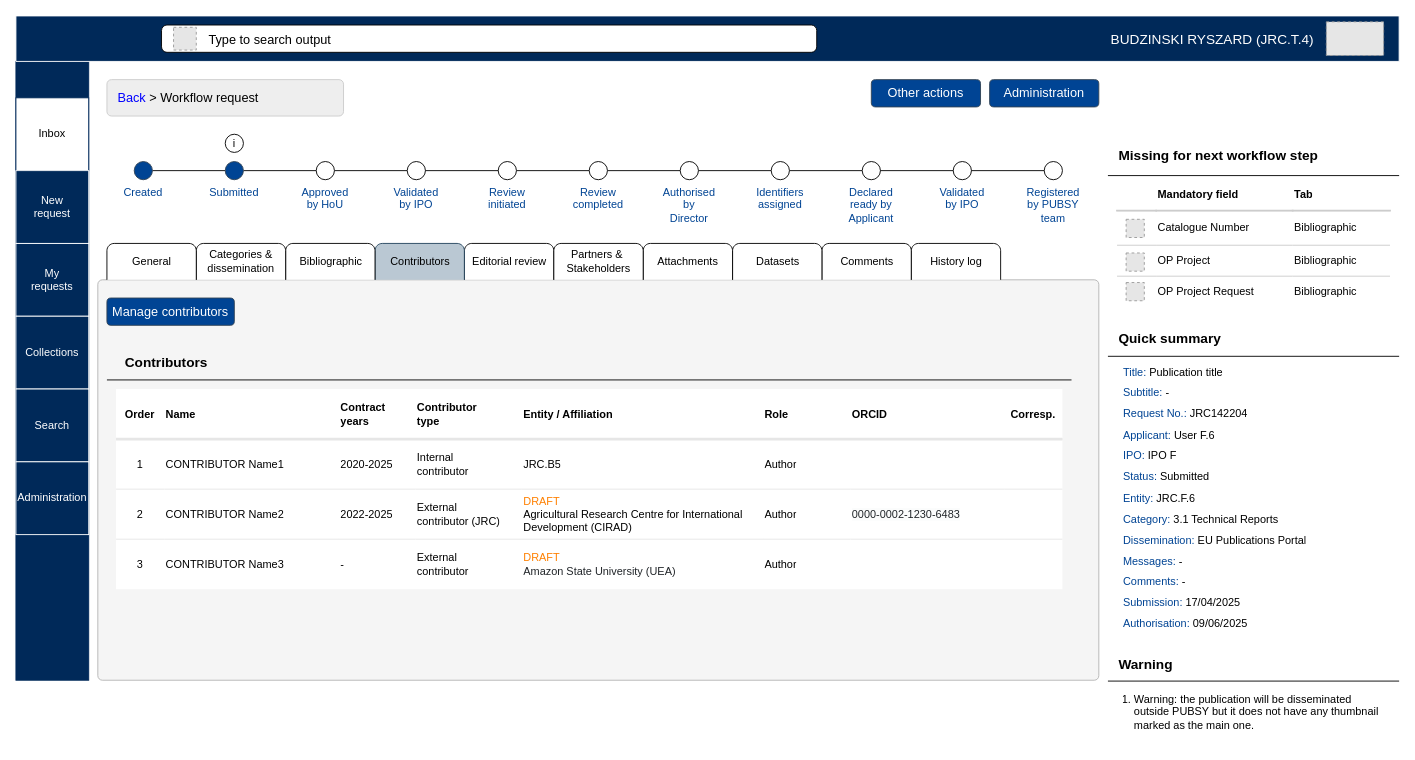
Earlier version of the draw.io diagram page "Page-Contributors" (1 of 14) of test_corporate_contributors.drawio (RyszardBudzinski/PUBSY_mockups). Source tidied: cells renumbered, new cells numbered last; positions are measured from the earlier drawing's top-left corner, leaving out a move shared by most shapes. Both pictures are drawn from the tidied source at 91%, with x=0, y=0 at pixel (15, 15). Pictures stored in the file or linked from it are replaced by grey dashed boxes.
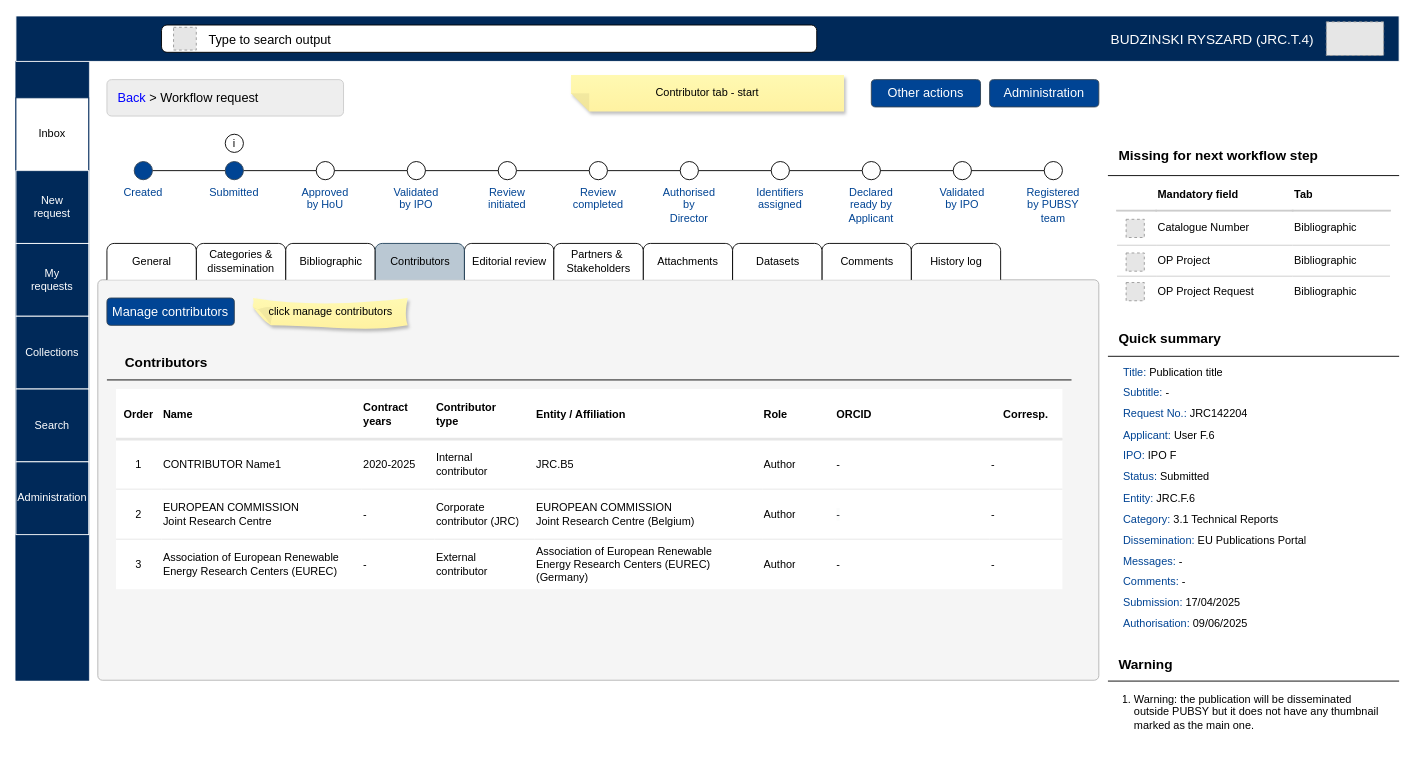
The same page after the edit.

The change refers to these unchanged cells:
```xml
<mxCell id="54" style="shape=tableRow;horizontal=0;startSize=0;swimlaneHead=0;swimlaneBody=0;strokeColor=inherit;top=0;left=0;bottom=0;right=0;fillColor=none;align=left;" parent="53" vertex="1">
  <mxGeometry width="1040" height="55" as="geometry" />
</mxCell>
<mxCell id="63" style="shape=tableRow;horizontal=0;startSize=0;swimlaneHead=0;swimlaneBody=0;strokeColor=inherit;top=0;left=0;bottom=0;right=0;fillColor=none;align=left;" parent="53" vertex="1">
  <mxGeometry y="55" width="1040" height="55" as="geometry" />
</mxCell>
<mxCell id="72" style="shape=tableRow;horizontal=0;startSize=0;swimlaneHead=0;swimlaneBody=0;strokeColor=inherit;top=0;left=0;bottom=0;right=0;fillColor=none;align=left;" parent="53" vertex="1">
  <mxGeometry y="110" width="1040" height="55" as="geometry" />
</mxCell>
<mxCell id="81" style="shape=tableRow;horizontal=0;startSize=0;swimlaneHead=0;swimlaneBody=0;strokeColor=inherit;top=0;left=0;bottom=0;right=0;fillColor=none;align=left;" parent="53" vertex="1">
  <mxGeometry y="165" width="1040" height="55" as="geometry" />
</mxCell>
```

The edit, as a diff of the source:
```diff
@@
     <mxCell id="55" value="&lt;b&gt;Order&lt;/b&gt;" style="shape=partialRectangle;html=1;whiteSpace=wrap;strokeColor=inherit;overflow=hidden;fillColor=none;top=0;left=0;bottom=0;right=0;align=center;" parent="54" vertex="1">
-      <mxGeometry width="53" height="55" as="geometry" />
+      <mxGeometry width="50" height="55" as="geometry" />
     </mxCell>
     <mxCell id="56" value="&lt;b&gt;Name&lt;/b&gt;" style="shape=partialRectangle;html=1;whiteSpace=wrap;strokeColor=inherit;overflow=hidden;fillColor=none;top=0;left=0;bottom=0;right=0;align=left;" parent="54" vertex="1">
-      <mxGeometry x="53" width="192" height="55" as="geometry" />
+      <mxGeometry x="50" width="220" height="55" as="geometry" />
     </mxCell>
     <mxCell id="57" value="&lt;b&gt;Contract&lt;/b&gt;&lt;div&gt;&lt;b&gt;years&lt;/b&gt;&lt;/div&gt;" style="shape=partialRectangle;html=1;whiteSpace=wrap;strokeColor=inherit;overflow=hidden;fillColor=none;top=0;left=0;bottom=0;right=0;align=left;" parent="54" vertex="1">
-      <mxGeometry x="245" width="84" height="55" as="geometry" />
+      <mxGeometry x="270" width="80" height="55" as="geometry" />
     </mxCell>
     <mxCell id="58" value="&lt;b&gt;Contributor&lt;/b&gt;&lt;div&gt;&lt;b&gt;type&lt;/b&gt;&lt;/div&gt;" style="shape=partialRectangle;html=1;whiteSpace=wrap;strokeColor=inherit;overflow=hidden;fillColor=none;top=0;left=0;bottom=0;right=0;align=left;" parent="54" vertex="1">
-      <mxGeometry x="329" width="117" height="55" as="geometry" />
+      <mxGeometry x="350" width="110" height="55" as="geometry" />
     </mxCell>
     <mxCell id="59" value="&lt;b&gt;Entity / Affiliation&lt;/b&gt;" style="shape=partialRectangle;html=1;whiteSpace=wrap;strokeColor=inherit;overflow=hidden;fillColor=none;top=0;left=0;bottom=0;right=0;align=left;" parent="54" vertex="1">
-      <mxGeometry x="446" width="265" height="55" as="geometry" />
+      <mxGeometry x="460" width="250" height="55" as="geometry" />
     </mxCell>
     <mxCell id="60" value="&lt;b&gt;Role&lt;/b&gt;" style="shape=partialRectangle;html=1;whiteSpace=wrap;strokeColor=inherit;overflow=hidden;fillColor=none;top=0;left=0;bottom=0;right=0;align=left;" parent="54" vertex="1">
-      <mxGeometry x="711" width="96" height="55" as="geometry" />
+      <mxGeometry x="710" width="80" height="55" as="geometry" />
     </mxCell>
     <mxCell id="61" value="&lt;b&gt;ORCID&lt;/b&gt;" style="shape=partialRectangle;html=1;whiteSpace=wrap;strokeColor=inherit;overflow=hidden;fillColor=none;top=0;left=0;bottom=0;right=0;align=left;" parent="54" vertex="1">
-      <mxGeometry x="807" width="169" height="55" as="geometry" />
+      <mxGeometry x="790" width="170" height="55" as="geometry" />
     </mxCell>
     <mxCell id="62" value="&lt;b&gt;Corresp.&lt;/b&gt;" style="shape=partialRectangle;html=1;whiteSpace=wrap;strokeColor=inherit;overflow=hidden;fillColor=none;top=0;left=0;bottom=0;right=0;align=center;" parent="54" vertex="1">
-      <mxGeometry x="976" width="64" height="55" as="geometry" />
+      <mxGeometry x="960" width="80" height="55" as="geometry" />
     </mxCell>
@@
     <mxCell id="64" value="1" style="shape=partialRectangle;html=1;whiteSpace=wrap;strokeColor=inherit;overflow=hidden;fillColor=none;top=0;left=0;bottom=0;right=0;align=center;" parent="63" vertex="1">
-      <mxGeometry width="53" height="55" as="geometry" />
+      <mxGeometry width="50" height="55" as="geometry" />
     </mxCell>
     <mxCell id="65" value="&lt;span style=&quot;text-wrap-mode: nowrap;&quot;&gt;CONTRIBUTOR Name1&lt;/span&gt;" style="shape=partialRectangle;html=1;whiteSpace=wrap;strokeColor=inherit;overflow=hidden;fillColor=none;top=0;left=0;bottom=0;right=0;align=left;" parent="63" vertex="1">
-      <mxGeometry x="53" width="192" height="55" as="geometry" />
+      <mxGeometry x="50" width="220" height="55" as="geometry" />
     </mxCell>
     <mxCell id="66" value="2020-2025" style="shape=partialRectangle;html=1;whiteSpace=wrap;strokeColor=inherit;overflow=hidden;fillColor=none;top=0;left=0;bottom=0;right=0;align=left;" parent="63" vertex="1">
-      <mxGeometry x="245" width="84" height="55" as="geometry" />
+      <mxGeometry x="270" width="80" height="55" as="geometry" />
     </mxCell>
     <mxCell id="67" value="&lt;span style=&quot;text-wrap-mode: nowrap;&quot;&gt;Internal&lt;/span&gt;&lt;div style=&quot;text-wrap-mode: nowrap;&quot;&gt;contributor&lt;/div&gt;" style="shape=partialRectangle;html=1;whiteSpace=wrap;strokeColor=inherit;overflow=hidden;fillColor=none;top=0;left=0;bottom=0;right=0;align=left;" parent="63" vertex="1">
-      <mxGeometry x="329" width="117" height="55" as="geometry" />
+      <mxGeometry x="350" width="110" height="55" as="geometry" />
     </mxCell>
     <mxCell id="68" value="JRC.B5" style="shape=partialRectangle;html=1;whiteSpace=wrap;strokeColor=inherit;overflow=hidden;fillColor=none;top=0;left=0;bottom=0;right=0;align=left;" parent="63" vertex="1">
-      <mxGeometry x="446" width="265" height="55" as="geometry" />
+      <mxGeometry x="460" width="250" height="55" as="geometry" />
     </mxCell>
     <mxCell id="69" value="Author" style="shape=partialRectangle;html=1;whiteSpace=wrap;strokeColor=inherit;overflow=hidden;fillColor=none;top=0;left=0;bottom=0;right=0;align=left;" parent="63" vertex="1">
-      <mxGeometry x="711" width="96" height="55" as="geometry" />
+      <mxGeometry x="710" width="80" height="55" as="geometry" />
     </mxCell>
-    <mxCell id="70" style="shape=partialRectangle;html=1;whiteSpace=wrap;strokeColor=inherit;overflow=hidden;fillColor=none;top=0;left=0;bottom=0;right=0;align=left;" parent="63" vertex="1">
-      <mxGeometry x="807" width="169" height="55" as="geometry" />
+    <mxCell id="70" value="-" style="shape=partialRectangle;html=1;whiteSpace=wrap;strokeColor=inherit;overflow=hidden;fillColor=none;top=0;left=0;bottom=0;right=0;align=left;" parent="63" vertex="1">
+      <mxGeometry x="790" width="170" height="55" as="geometry" />
     </mxCell>
-    <mxCell id="71" style="shape=partialRectangle;html=1;whiteSpace=wrap;strokeColor=inherit;overflow=hidden;fillColor=none;top=0;left=0;bottom=0;right=0;align=left;" parent="63" vertex="1">
-      <mxGeometry x="976" width="64" height="55" as="geometry" />
+    <mxCell id="71" value="-" style="shape=partialRectangle;html=1;whiteSpace=wrap;strokeColor=inherit;overflow=hidden;fillColor=none;top=0;left=0;bottom=0;right=0;align=left;" parent="63" vertex="1">
+      <mxGeometry x="960" width="80" height="55" as="geometry" />
     </mxCell>
@@
     <mxCell id="73" value="2" style="shape=partialRectangle;html=1;whiteSpace=wrap;strokeColor=inherit;overflow=hidden;fillColor=none;top=0;left=0;bottom=0;right=0;align=center;" parent="72" vertex="1">
-      <mxGeometry width="53" height="55" as="geometry" />
+      <mxGeometry width="50" height="55" as="geometry" />
     </mxCell>
-    <mxCell id="74" value="&lt;span style=&quot;text-wrap-mode: nowrap;&quot;&gt;CONTRIBUTOR Name2&lt;/span&gt;" style="shape=partialRectangle;html=1;whiteSpace=wrap;strokeColor=inherit;overflow=hidden;fillColor=none;top=0;left=0;bottom=0;right=0;align=left;" parent="72" vertex="1">
-      <mxGeometry x="53" width="192" height="55" as="geometry" />
+    <mxCell id="74" value="&lt;span style=&quot;text-wrap-mode: nowrap;&quot;&gt;EUROPEAN COMMISSION&amp;nbsp;&lt;/span&gt;&lt;div&gt;&lt;span style=&quot;text-wrap-mode: nowrap;&quot;&gt;Joint Research Centre&lt;/span&gt;&lt;/div&gt;" style="shape=partialRectangle;html=1;whiteSpace=wrap;strokeColor=inherit;overflow=hidden;fillColor=none;top=0;left=0;bottom=0;right=0;align=left;" parent="72" vertex="1">
+      <mxGeometry x="50" width="220" height="55" as="geometry" />
     </mxCell>
-    <mxCell id="75" value="2022-2025" style="shape=partialRectangle;html=1;whiteSpace=wrap;strokeColor=inherit;overflow=hidden;fillColor=none;top=0;left=0;bottom=0;right=0;align=left;" parent="72" vertex="1">
-      <mxGeometry x="245" width="84" height="55" as="geometry" />
+    <mxCell id="75" value="-" style="shape=partialRectangle;html=1;whiteSpace=wrap;strokeColor=inherit;overflow=hidden;fillColor=none;top=0;left=0;bottom=0;right=0;align=left;" parent="72" vertex="1">
+      <mxGeometry x="270" width="80" height="55" as="geometry" />
     </mxCell>
-    <mxCell id="76" value="&lt;span style=&quot;text-wrap-mode: nowrap;&quot;&gt;External&lt;/span&gt;&lt;div style=&quot;text-wrap-mode: nowrap;&quot;&gt;contributor (JRC)&lt;/div&gt;" style="shape=partialRectangle;html=1;whiteSpace=wrap;strokeColor=inherit;overflow=hidden;fillColor=none;top=0;left=0;bottom=0;right=0;align=left;" parent="72" vertex="1">
-      <mxGeometry x="329" width="117" height="55" as="geometry" />
+    <mxCell id="76" value="&lt;span style=&quot;text-wrap-mode: nowrap;&quot;&gt;Corporate&lt;/span&gt;&lt;div style=&quot;text-wrap-mode: nowrap;&quot;&gt;contributor (JRC)&lt;/div&gt;" style="shape=partialRectangle;html=1;whiteSpace=wrap;strokeColor=inherit;overflow=hidden;fillColor=none;top=0;left=0;bottom=0;right=0;align=left;" parent="72" vertex="1">
+      <mxGeometry x="350" width="110" height="55" as="geometry" />
     </mxCell>
-    <mxCell id="77" value="&lt;div&gt;&lt;font style=&quot;color: rgb(255, 128, 0);&quot;&gt;DRAFT&lt;/font&gt;&lt;/div&gt;&lt;div&gt;Agricultural Research Centre for International Development&amp;nbsp;&lt;span style=&quot;background-color: transparent; color: light-dark(rgb(0, 0, 0), rgb(255, 255, 255));&quot;&gt;(CIRAD)&lt;/span&gt;&lt;/div&gt;" style="shape=partialRectangle;html=1;whiteSpace=wrap;strokeColor=inherit;overflow=hidden;fillColor=none;top=0;left=0;bottom=0;right=0;align=left;" parent="72" vertex="1">
-      <mxGeometry x="446" width="265" height="55" as="geometry" />
+    <mxCell id="77" value="&lt;div&gt;EUROPEAN COMMISSION&amp;nbsp;&lt;/div&gt;&lt;div&gt;Joint Research Centre (Belgium)&lt;/div&gt;" style="shape=partialRectangle;html=1;whiteSpace=wrap;strokeColor=inherit;overflow=hidden;fillColor=none;top=0;left=0;bottom=0;right=0;align=left;" parent="72" vertex="1">
+      <mxGeometry x="460" width="250" height="55" as="geometry" />
     </mxCell>
     <mxCell id="78" value="Author" style="shape=partialRectangle;html=1;whiteSpace=wrap;strokeColor=inherit;overflow=hidden;fillColor=none;top=0;left=0;bottom=0;right=0;align=left;" parent="72" vertex="1">
-      <mxGeometry x="711" width="96" height="55" as="geometry" />
+      <mxGeometry x="710" width="80" height="55" as="geometry" />
     </mxCell>
-    <mxCell id="79" value="&lt;span style=&quot;color: rgb(33, 37, 41); font-family: Arial, &amp;quot;Helvetica Neue&amp;quot;, Helvetica, sans-serif; background-color: rgba(233, 236, 239, 0.18);&quot;&gt;&lt;font&gt;0000-0002-1230-&lt;/font&gt;&lt;/span&gt;&lt;span style=&quot;background-color: light-dark(rgba(233, 236, 239, 0.18), rgb(32, 35, 37)); color: light-dark(rgb(33, 37, 41), rgb(202, 206, 209)); font-family: Arial, &amp;quot;Helvetica Neue&amp;quot;, Helvetica, sans-serif;&quot;&gt;6483&lt;/span&gt;" style="shape=partialRectangle;html=1;whiteSpace=wrap;strokeColor=inherit;overflow=hidden;fillColor=none;top=0;left=0;bottom=0;right=0;align=left;" parent="72" vertex="1">
-      <mxGeometry x="807" width="169" height="55" as="geometry" />
+    <mxCell id="79" value="&lt;font face=&quot;Arial, Helvetica Neue, Helvetica, sans-serif&quot; color=&quot;#212529&quot;&gt;&lt;span style=&quot;background-color: rgba(233, 236, 239, 0.18);&quot;&gt;-&lt;/span&gt;&lt;/font&gt;" style="shape=partialRectangle;html=1;whiteSpace=wrap;strokeColor=inherit;overflow=hidden;fillColor=none;top=0;left=0;bottom=0;right=0;align=left;" parent="72" vertex="1">
+      <mxGeometry x="790" width="170" height="55" as="geometry" />
     </mxCell>
-    <mxCell id="80" style="shape=partialRectangle;html=1;whiteSpace=wrap;strokeColor=inherit;overflow=hidden;fillColor=none;top=0;left=0;bottom=0;right=0;align=left;" parent="72" vertex="1">
-      <mxGeometry x="976" width="64" height="55" as="geometry" />
+    <mxCell id="80" value="-" style="shape=partialRectangle;html=1;whiteSpace=wrap;strokeColor=inherit;overflow=hidden;fillColor=none;top=0;left=0;bottom=0;right=0;align=left;" parent="72" vertex="1">
+      <mxGeometry x="960" width="80" height="55" as="geometry" />
     </mxCell>
@@
     <mxCell id="82" value="3" style="shape=partialRectangle;html=1;whiteSpace=wrap;strokeColor=inherit;overflow=hidden;fillColor=none;top=0;left=0;bottom=0;right=0;align=center;" parent="81" vertex="1">
-      <mxGeometry width="53" height="55" as="geometry" />
+      <mxGeometry width="50" height="55" as="geometry" />
     </mxCell>
-    <mxCell id="83" value="&lt;span style=&quot;text-wrap-mode: nowrap;&quot;&gt;CONTRIBUTOR Name3&lt;/span&gt;" style="shape=partialRectangle;html=1;whiteSpace=wrap;strokeColor=inherit;overflow=hidden;fillColor=none;top=0;left=0;bottom=0;right=0;align=left;" parent="81" vertex="1">
-      <mxGeometry x="53" width="192" height="55" as="geometry" />
+    <mxCell id="83" value="&lt;span style=&quot;text-wrap-mode: nowrap;&quot;&gt;Association of European&amp;nbsp;&lt;/span&gt;&lt;span style=&quot;color: light-dark(rgb(0, 0, 0), rgb(255, 255, 255)); text-wrap-mode: nowrap; background-color: transparent;&quot;&gt;Renewable&lt;/span&gt;&lt;div&gt;&lt;span style=&quot;text-wrap-mode: nowrap; background-color: transparent; color: light-dark(rgb(0, 0, 0), rgb(255, 255, 255));&quot;&gt;Energy Research&amp;nbsp;&lt;/span&gt;&lt;span style=&quot;text-wrap-mode: nowrap; background-color: transparent; color: light-dark(rgb(0, 0, 0), rgb(255, 255, 255));&quot;&gt;Centers (EUREC)&lt;/span&gt;&lt;/div&gt;" style="shape=partialRectangle;html=1;whiteSpace=wrap;strokeColor=inherit;overflow=hidden;fillColor=none;top=0;left=0;bottom=0;right=0;align=left;" parent="81" vertex="1">
+      <mxGeometry x="50" width="220" height="55" as="geometry" />
     </mxCell>
     <mxCell id="84" value="-" style="shape=partialRectangle;html=1;whiteSpace=wrap;strokeColor=inherit;overflow=hidden;fillColor=none;top=0;left=0;bottom=0;right=0;align=left;" parent="81" vertex="1">
-      <mxGeometry x="245" width="84" height="55" as="geometry" />
+      <mxGeometry x="270" width="80" height="55" as="geometry" />
     </mxCell>
     <mxCell id="85" value="&lt;span style=&quot;text-wrap-mode: nowrap;&quot;&gt;External&lt;/span&gt;&lt;div style=&quot;text-wrap-mode: nowrap;&quot;&gt;contributor&lt;/div&gt;" style="shape=partialRectangle;html=1;whiteSpace=wrap;strokeColor=inherit;overflow=hidden;fillColor=none;top=0;left=0;bottom=0;right=0;align=left;" parent="81" vertex="1">
-      <mxGeometry x="329" width="117" height="55" as="geometry" />
+      <mxGeometry x="350" width="110" height="55" as="geometry" />
     </mxCell>
-    <mxCell id="86" value="&lt;div&gt;&lt;span style=&quot;font-family: Arial, &amp;quot;Helvetica Neue&amp;quot;, Helvetica, sans-serif; background-color: rgb(255, 255, 255);&quot;&gt;&lt;font style=&quot;color: rgb(255, 128, 0);&quot;&gt;DRAFT&lt;/font&gt;&lt;/span&gt;&lt;/div&gt;&lt;span style=&quot;color: rgb(33, 37, 41); font-family: Arial, &amp;quot;Helvetica Neue&amp;quot;, Helvetica, sans-serif; background-color: rgb(255, 255, 255);&quot;&gt;&lt;font&gt;Amazon State University (UEA)&lt;/font&gt;&lt;/span&gt;" style="shape=partialRectangle;html=1;whiteSpace=wrap;strokeColor=inherit;overflow=hidden;fillColor=none;top=0;left=0;bottom=0;right=0;align=left;" parent="81" vertex="1">
-      <mxGeometry x="446" width="265" height="55" as="geometry" />
+    <mxCell id="86" value="&lt;div&gt;Association of European Renewable&lt;/div&gt;&lt;div&gt;Energy Research Centers (EUREC)&lt;/div&gt;&lt;div&gt;(Germany)&lt;/div&gt;" style="shape=partialRectangle;html=1;whiteSpace=wrap;strokeColor=inherit;overflow=hidden;fillColor=none;top=0;left=0;bottom=0;right=0;align=left;" parent="81" vertex="1">
+      <mxGeometry x="460" width="250" height="55" as="geometry" />
     </mxCell>
     <mxCell id="87" value="Author" style="shape=partialRectangle;html=1;whiteSpace=wrap;strokeColor=inherit;overflow=hidden;fillColor=none;top=0;left=0;bottom=0;right=0;align=left;" parent="81" vertex="1">
-      <mxGeometry x="711" width="96" height="55" as="geometry" />
+      <mxGeometry x="710" width="80" height="55" as="geometry" />
     </mxCell>
-    <mxCell id="88" style="shape=partialRectangle;html=1;whiteSpace=wrap;strokeColor=inherit;overflow=hidden;fillColor=none;top=0;left=0;bottom=0;right=0;align=left;" parent="81" vertex="1">
-      <mxGeometry x="807" width="169" height="55" as="geometry" />
+    <mxCell id="88" value="-" style="shape=partialRectangle;html=1;whiteSpace=wrap;strokeColor=inherit;overflow=hidden;fillColor=none;top=0;left=0;bottom=0;right=0;align=left;" parent="81" vertex="1">
+      <mxGeometry x="790" width="170" height="55" as="geometry" />
     </mxCell>
-    <mxCell id="89" style="shape=partialRectangle;html=1;whiteSpace=wrap;strokeColor=inherit;overflow=hidden;fillColor=none;top=0;left=0;bottom=0;right=0;align=left;" parent="81" vertex="1">
-      <mxGeometry x="976" width="64" height="55" as="geometry" />
+    <mxCell id="89" value="-" style="shape=partialRectangle;html=1;whiteSpace=wrap;strokeColor=inherit;overflow=hidden;fillColor=none;top=0;left=0;bottom=0;right=0;align=left;" parent="81" vertex="1">
+      <mxGeometry x="960" width="80" height="55" as="geometry" />
     </mxCell>
@@
+    <mxCell id="150" value="Contributor tab - start" style="shape=note;whiteSpace=wrap;html=1;backgroundOutline=1;fontColor=#000000;darkOpacity=0.05;fillColor=#FFF9B2;strokeColor=none;fillStyle=solid;direction=west;gradientDirection=north;gradientColor=#FFF2A1;shadow=1;size=20;" parent="1" vertex="1">
+      <mxGeometry x="610" y="65" width="300" height="40" as="geometry" />
+    </mxCell>
+    <mxCell id="151" value="click manage contributors" style="shape=note;whiteSpace=wrap;html=1;backgroundOutline=1;fontColor=#000000;darkOpacity=0.05;fillColor=#FFF9B2;strokeColor=none;fillStyle=solid;direction=west;gradientDirection=north;gradientColor=#FFF2A1;shadow=1;size=20;sketch=1;curveFitting=1;jiggle=2;" parent="1" vertex="1">
+      <mxGeometry x="260.5" y="310" width="170" height="30" as="geometry" />
+    </mxCell>
```
